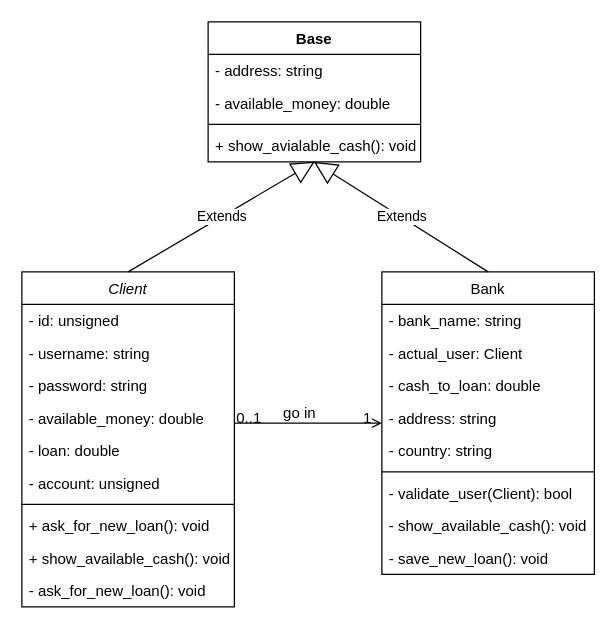
Earlier version of the draw.io diagram init-design.drawio (djose1164/bank-management-system). Source tidied: cells renumbered, new cells numbered last; positions are measured from the earlier drawing's top-left corner, leaving out a move shared by most shapes. Both pictures are drawn from the tidied source at 125%, with x=0, y=0 at pixel (21, 21).
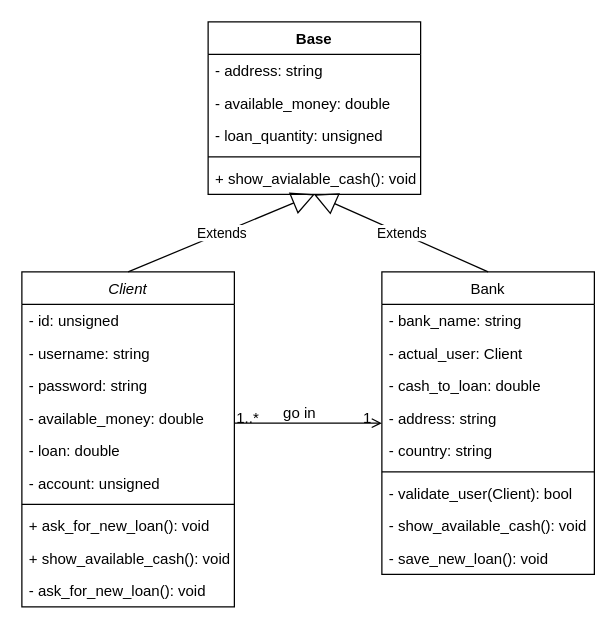
The same diagram, later.

Unchanged cells that the change refers to:
```xml
<mxCell id="23" style="endArrow=open;shadow=0;strokeWidth=1;rounded=0;endFill=1;edgeStyle=elbowEdgeStyle;elbow=vertical;" parent="1" edge="1" source="2" target="13">
  <mxGeometry x="0.5" y="41" relative="1" as="geometry">
    <mxPoint x="-40" y="32" as="offset" />
  </mxGeometry>
</mxCell>
```

What changed in the source:
```diff
@@
-    <mxCell id="24" value="0..1" style="align=left;verticalAlign=bottom;labelBackgroundColor=none;fontSize=12;" parent="23" vertex="1">
+    <mxCell id="24" value="1..*" style="align=left;verticalAlign=bottom;labelBackgroundColor=none;fontSize=12;" parent="23" vertex="1">
       <mxGeometry x="-1" relative="1" as="geometry">
         <mxPoint y="4" as="offset" />
       </mxGeometry>
     </mxCell>
@@
     <mxCell id="27" value="Base" style="swimlane;fontStyle=1;align=center;verticalAlign=top;horizontal=1;startSize=26;" parent="1" vertex="1">
-      <mxGeometry x="149" width="170" height="112" as="geometry" />
+      <mxGeometry x="149" width="170" height="138" as="geometry" />
     </mxCell>
@@
+    <mxCell id="34" value="- loan_quantity: unsigned" style="text;strokeColor=none;fillColor=none;align=left;verticalAlign=top;spacingLeft=4;spacingRight=4;overflow=hidden;" parent="27" vertex="1">
+      <mxGeometry y="78" width="170" height="26" as="geometry" />
+    </mxCell>
     <mxCell id="30" style="line;strokeWidth=1;fillColor=none;align=left;verticalAlign=middle;spacingTop=-1;spacingLeft=3;spacingRight=3;labelPosition=right;" parent="27" vertex="1">
-      <mxGeometry y="78" width="170" height="8" as="geometry" />
+      <mxGeometry y="104" width="170" height="8" as="geometry" />
     </mxCell>
     <mxCell id="31" value="+ show_avialable_cash(): void" style="text;strokeColor=none;fillColor=none;align=left;verticalAlign=top;spacingLeft=4;spacingRight=4;overflow=hidden;points=[[0,0.5],[1,0.5]];portConstraint=eastwest;" parent="27" vertex="1">
-      <mxGeometry y="86" width="170" height="26" as="geometry" />
+      <mxGeometry y="112" width="170" height="26" as="geometry" />
     </mxCell>
```
